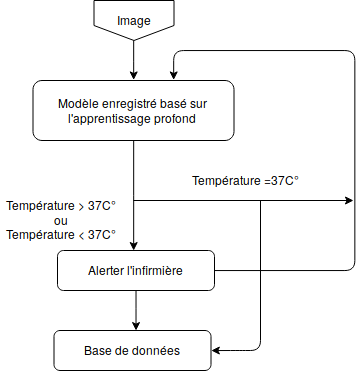
The draw.io diagram thesis/chapiter-1/img-Chapiter-3/modele2.png in gabrieleldose27/CATT, before a commit. Source tidied: cells renumbered, new cells last; positions are measured from the earlier drawing's top-left corner, leaving out a move shared by most shapes.
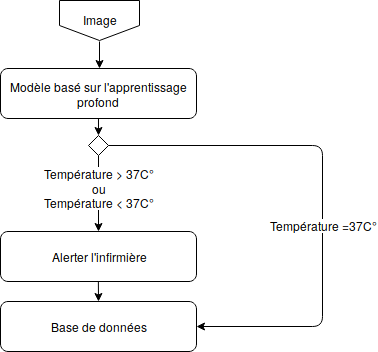
The same file after the commit.

What changed in the source:
```diff
@@ -2,67 +2,58 @@
   <root>
     <mxCell id="0" />
     <mxCell id="1" parent="0" />
-    <mxCell id="2" style="edgeStyle=orthogonalEdgeStyle;rounded=0;jettySize=auto;html=1;entryX=0.5;entryY=0;entryDx=0;entryDy=0;" parent="1" edge="1" source="3" target="12">
-      <mxGeometry relative="1" as="geometry" />
-    </mxCell>
-    <mxCell id="3" value="Image" style="shape=offPageConnector;whiteSpace=wrap;html=1;" parent="1" vertex="1">
-      <mxGeometry x="93.5" width="80" height="40" as="geometry" />
+    <mxCell id="3" style="shape=offPageConnector;whiteSpace=wrap;html=1;" parent="1" vertex="1">
+      <mxGeometry x="37" y="6" width="80" height="40" as="geometry" />
     </mxCell>
-    <mxCell id="4" style="edgeStyle=orthogonalEdgeStyle;rounded=0;jettySize=auto;html=1;startArrow=none;startFill=0;entryX=0.482;entryY=-0.008;entryDx=0;entryDy=0;entryPerimeter=0;" parent="1" edge="1" target="7">
-      <mxGeometry relative="1" as="geometry">
-        <mxPoint x="133.2" y="140" as="sourcePoint" />
-        <Array as="points">
-          <mxPoint x="133" y="195" />
-        </Array>
-      </mxGeometry>
-    </mxCell>
-    <mxCell id="5" style="edgeStyle=orthogonalEdgeStyle;jettySize=auto;html=1;rounded=1;exitX=1;exitY=0.5;exitDx=0;exitDy=0;entryX=0.7;entryY=0;entryDx=0;entryDy=0;entryPerimeter=0;" parent="1" edge="1" source="7" target="12">
-      <mxGeometry relative="1" as="geometry">
-        <Array as="points">
-          <mxPoint x="354" y="270" />
-          <mxPoint x="354" y="50" />
-          <mxPoint x="173" y="50" />
-        </Array>
-      </mxGeometry>
-    </mxCell>
-    <mxCell id="6" style="edgeStyle=orthogonalEdgeStyle;rounded=0;orthogonalLoop=1;jettySize=auto;html=1;entryX=0.519;entryY=0.042;entryDx=0;entryDy=0;startArrow=none;startFill=0;entryPerimeter=0;" parent="1" edge="1">
-      <mxGeometry relative="1" as="geometry">
-        <mxPoint x="135" y="288" as="sourcePoint" />
-        <mxPoint x="135" y="329.7" as="targetPoint" />
-        <Array as="points">
-          <mxPoint x="135" y="308" />
-        </Array>
-      </mxGeometry>
-    </mxCell>
+    <mxCell id="14" value="Image" style="text;html=1;strokeColor=none;fillColor=none;align=center;verticalAlign=middle;whiteSpace=wrap;rounded=0;" parent="1" vertex="1">
+      <mxGeometry x="57" y="15" width="40" height="20" as="geometry" />
+    </mxCell>
+    <mxCell id="15" style="endArrow=classic;html=1;" parent="1" edge="1">
+      <mxGeometry relative="1" as="geometry">
+        <mxPoint x="77" y="47" as="sourcePoint" />
+        <mxPoint x="77" y="74" as="targetPoint" />
+      </mxGeometry>
+    </mxCell>
+    <mxCell id="16" style="edgeStyle=orthogonalEdgeStyle;rounded=0;jettySize=auto;html=1;entryX=0.5;entryY=0;entryDx=0;entryDy=0;" parent="1" edge="1" target="20">
+      <mxGeometry relative="1" as="geometry">
+        <mxPoint x="76" y="115" as="sourcePoint" />
+      </mxGeometry>
+    </mxCell>
+    <mxCell id="17" value="Modèle basé sur l'apprentissage profond" style="rounded=1;whiteSpace=wrap;html=1;" parent="1" vertex="1">
+      <mxGeometry x="-22" y="74" width="196" height="50" as="geometry" />
+    </mxCell>
+    <mxCell id="18" style="edgeStyle=orthogonalEdgeStyle;rounded=1;jettySize=auto;html=1;entryX=1;entryY=0.5;entryDx=0;entryDy=0;" parent="1" edge="1" source="20" target="10">
+      <mxGeometry relative="1" as="geometry">
+        <Array as="points">
+          <mxPoint x="300" y="151" />
+          <mxPoint x="300" y="332" />
+        </Array>
+      </mxGeometry>
+    </mxCell>
+    <mxCell id="9" value="Température =37C°" style="text;html=1;align=center;verticalAlign=middle;labelBackgroundColor=#ffffff;" parent="18" vertex="1">
+      <mxGeometry x="-0.15" y="-71" relative="1" as="geometry">
+        <mxPoint x="72" y="71" as="offset" />
+      </mxGeometry>
+    </mxCell>
+    <mxCell id="19" style="edgeStyle=orthogonalEdgeStyle;rounded=1;jettySize=auto;html=1;entryX=0.5;entryY=0;entryDx=0;entryDy=0;exitX=0.5;exitY=1;exitDx=0;exitDy=0;" parent="1" edge="1" source="20" target="7">
+      <mxGeometry relative="1" as="geometry" />
+    </mxCell>
+    <mxCell id="8" value="&lt;div&gt;Température &amp;gt; 37C°&lt;/div&gt;&lt;div&gt;ou&lt;/div&gt;&lt;div&gt;Température &amp;lt; 37C°&lt;/div&gt;" style="text;html=1;align=center;verticalAlign=middle;labelBackgroundColor=#ffffff;" parent="19" vertex="1">
+      <mxGeometry x="-0.16" relative="1" as="geometry" />
+    </mxCell>
+    <mxCell id="20" style="rhombus;whiteSpace=wrap;html=1;" parent="1" vertex="1">
+      <mxGeometry x="66" y="141" width="20" height="20" as="geometry" />
+    </mxCell>
+    <mxCell id="21" style="edgeStyle=orthogonalEdgeStyle;rounded=0;jettySize=auto;html=1;entryX=0.5;entryY=0;entryDx=0;entryDy=0;" parent="1" edge="1" target="10">
+      <mxGeometry relative="1" as="geometry">
+        <mxPoint x="75.8" y="281" as="sourcePoint" />
+      </mxGeometry>
+    </mxCell>
     <mxCell id="7" value="Alerter l'infirmière" style="rounded=1;whiteSpace=wrap;html=1;" parent="1" vertex="1">
-      <mxGeometry x="57" y="250" width="157" height="40" as="geometry" />
+      <mxGeometry x="-22" y="237" width="196" height="50" as="geometry" />
     </mxCell>
-    <mxCell id="8" value="&lt;div&gt;Température &amp;gt; 37C°&lt;/div&gt;&lt;div&gt;ou&lt;/div&gt;&lt;div&gt;Température &amp;lt; 37C°&lt;br&gt;&lt;/div&gt;" style="text;html=1;strokeColor=none;fillColor=none;align=center;verticalAlign=middle;whiteSpace=wrap;rounded=0;" parent="1" vertex="1">
-      <mxGeometry y="200" width="121" height="37" as="geometry" />
-    </mxCell>
-    <mxCell id="9" value="Température =37C°" style="text;html=1;align=left;verticalAlign=top;spacingTop=-4;" parent="1" vertex="1">
-      <mxGeometry x="190" y="170" width="120" height="20" as="geometry" />
-    </mxCell>
     <mxCell id="10" value="Base de données" style="rounded=1;whiteSpace=wrap;html=1;" parent="1" vertex="1">
-      <mxGeometry x="53.5" y="330" width="157" height="40" as="geometry" />
+      <mxGeometry x="-22" y="307" width="196" height="50" as="geometry" />
     </mxCell>
-    <mxCell id="11" style="endArrow=classic;html=1;entryX=1;entryY=0.5;entryDx=0;entryDy=0;rounded=1;" parent="1" edge="1" target="10">
-      <mxGeometry relative="1" as="geometry">
-        <mxPoint x="260" y="200" as="sourcePoint" />
-        <Array as="points">
-          <mxPoint x="260" y="350" />
-          <mxPoint x="240" y="350" />
-        </Array>
-      </mxGeometry>
-    </mxCell>
-    <mxCell id="12" value="Modèle enregistré basé sur l'apprentissage profond" style="rounded=1;whiteSpace=wrap;html=1;" parent="1" vertex="1">
-      <mxGeometry x="32.5" y="80" width="201" height="60" as="geometry" />
-    </mxCell>
-    <mxCell id="13" style="endArrow=classic;html=1;" parent="1" edge="1">
-      <mxGeometry relative="1" as="geometry">
-        <mxPoint x="133" y="200" as="sourcePoint" />
-        <mxPoint x="353" y="200" as="targetPoint" />
-      </mxGeometry>
-    </mxCell>
   </root>
 </mxGraphModel>
```
